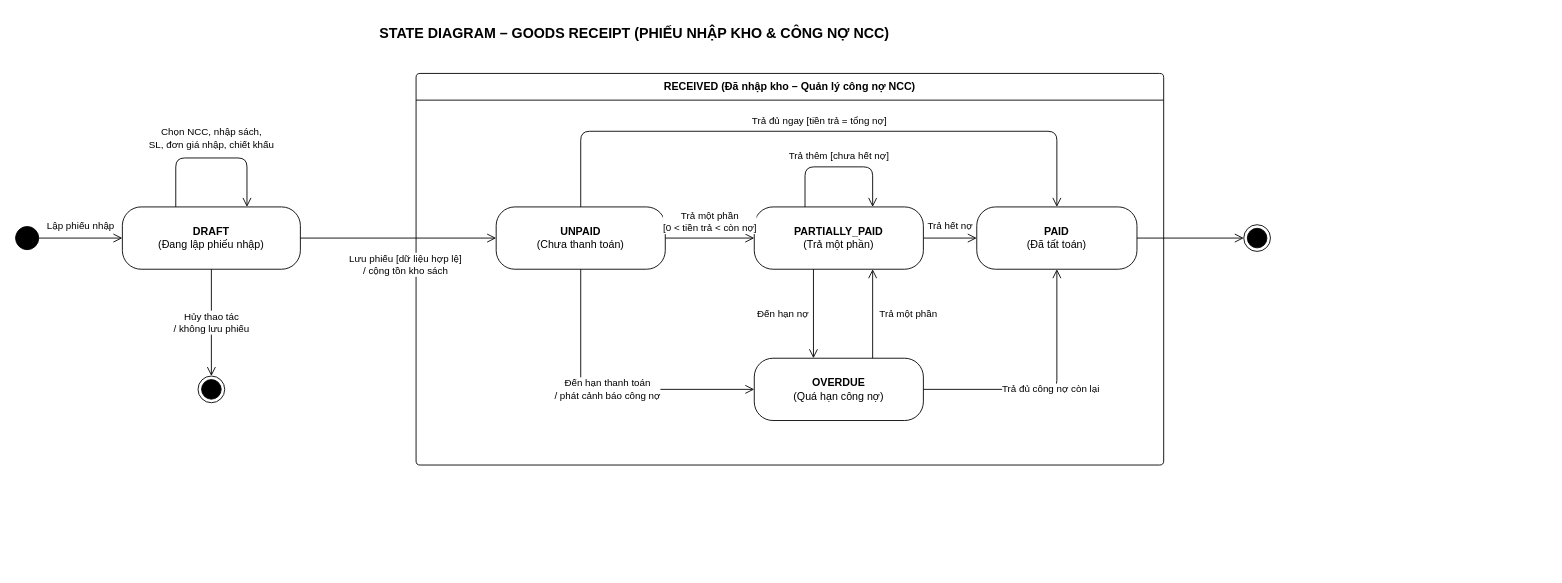
The draw.io diagram docs/diagrams/State diagram/state-goods-receipt.drawio in chihai9-dev/quan-ly-nha-sach-ooad, before the edit. Source tidied: cells renumbered, new cells numbered last; positions are measured from the earlier drawing's top-left corner, leaving out a move shared by most shapes. Both pictures are drawn from the tidied source at 89%, with x=0, y=0 at pixel (15, 20).
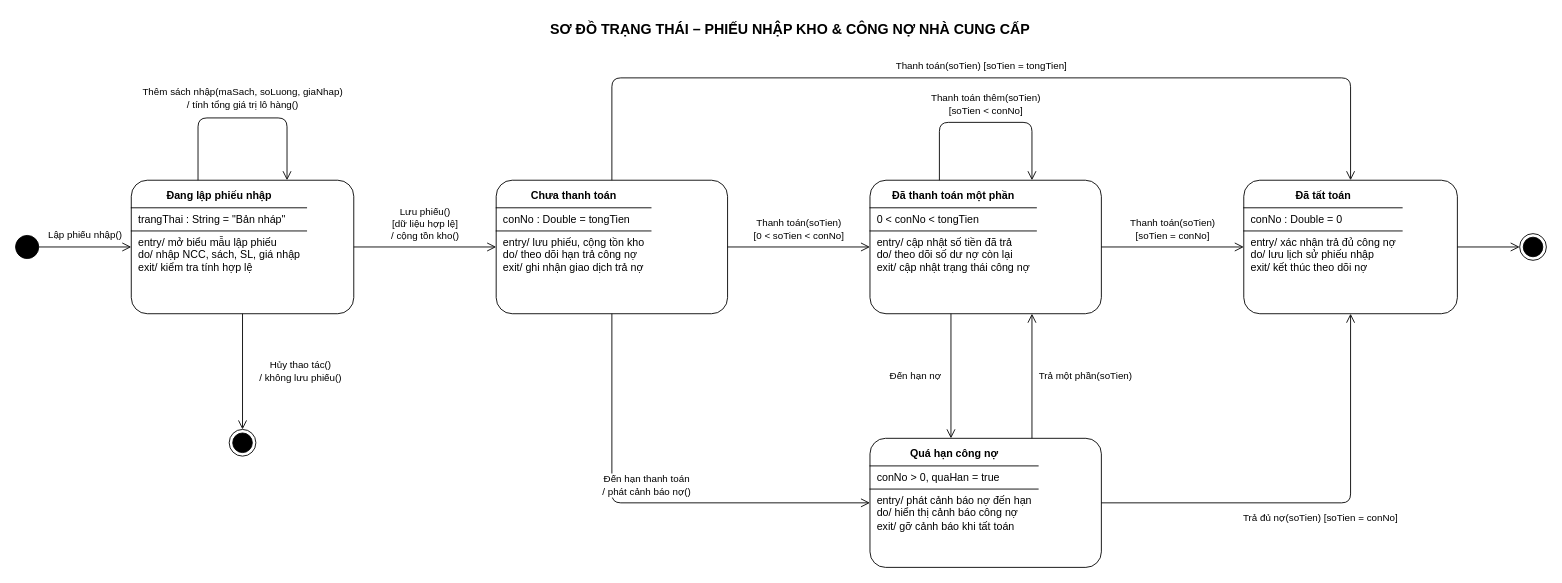
The same diagram, later.

What changed in the source:
```diff
@@
-    <mxCell id="2" value="&lt;b&gt;STATE DIAGRAM – GOODS RECEIPT (PHIẾU NHẬP KHO &amp;amp; CÔNG NỢ NCC)&lt;/b&gt;" style="text;html=1;align=center;verticalAlign=middle;fontSize=16;" parent="1" vertex="1">
-      <mxGeometry x="320" width="750" height="30" as="geometry" />
+    <mxCell id="2" value="&lt;b&gt;SƠ ĐỒ TRẠNG THÁI – PHIẾU NHẬP KHO &amp; CÔNG NỢ NHÀ CUNG CẤP&lt;/b&gt;" style="text;html=1;align=center;verticalAlign=middle;fontSize=16;" parent="1" vertex="1">
+      <mxGeometry x="420" y="-5" width="900" height="30" as="geometry" />
     </mxCell>
     <mxCell id="3" style="ellipse;html=1;fillColor=#000000;strokeColor=#000000;" parent="1" vertex="1">
-      <mxGeometry y="232" width="26" height="26" as="geometry" />
+      <mxGeometry y="242" width="26" height="26" as="geometry" />
     </mxCell>
-    <mxCell id="4" value="&lt;b&gt;DRAFT&lt;/b&gt;&lt;br&gt;(Đang lập phiếu nhập)" style="rounded=1;whiteSpace=wrap;html=1;arcSize=30;fillColor=#ffffff;strokeColor=#000000;" parent="1" vertex="1">
-      <mxGeometry x="120" y="210" width="200" height="70" as="geometry" />
+    <mxCell id="4" value="&lt;p style=&quot;margin:0;padding:6px 8px;text-align:center;&quot;&gt;&lt;b&gt;Đang lập phiếu nhập&lt;/b&gt;&lt;/p&gt;&lt;hr style=&quot;border:0;border-top:1px solid #000000;margin:0;&quot;/&gt;&lt;p style=&quot;margin:0;padding:5px 8px;&quot;&gt;trangThai : String = &quot;Bản nháp&quot;&lt;/p&gt;&lt;hr style=&quot;border:0;border-top:1px solid #000000;margin:0;&quot;/&gt;&lt;p style=&quot;margin:0;padding:5px 8px;&quot;&gt;entry/ mở biểu mẫu lập phiếu&lt;br/&gt;do/ nhập NCC, sách, SL, giá nhập&lt;br/&gt;exit/ kiểm tra tính hợp lệ&lt;/p&gt;" style="rounded=1;whiteSpace=wrap;html=1;arcSize=12;fillColor=#ffffff;strokeColor=#000000;align=left;verticalAlign=top;spacing=0;fontSize=12;" parent="1" vertex="1">
+      <mxGeometry x="130" y="180" width="250" height="150" as="geometry" />
     </mxCell>
-    <mxCell id="5" style="ellipse;html=1;shape=endState;fillColor=#000000;strokeColor=#000000;" parent="1" vertex="1">
-      <mxGeometry x="205" y="400" width="30" height="30" as="geometry" />
-    </mxCell>
-    <mxCell id="6" value="RECEIVED (Đã nhập kho – Quản lý công nợ NCC)" style="swimlane;rounded=1;whiteSpace=wrap;html=1;startSize=30;arcSize=5;fillColor=#ffffff;strokeColor=#000000;fontStyle=1;" parent="1" vertex="1">
-      <mxGeometry x="450" y="60" width="840" height="440" as="geometry" />
-    </mxCell>
-    <mxCell id="7" value="&lt;b&gt;UNPAID&lt;/b&gt;&lt;br&gt;(Chưa thanh toán)" style="rounded=1;whiteSpace=wrap;html=1;arcSize=30;fillColor=#ffffff;strokeColor=#000000;" parent="6" vertex="1">
-      <mxGeometry x="90" y="150" width="190" height="70" as="geometry" />
+    <mxCell id="7" value="&lt;p style=&quot;margin:0;padding:6px 8px;text-align:center;&quot;&gt;&lt;b&gt;Chưa thanh toán&lt;/b&gt;&lt;/p&gt;&lt;hr style=&quot;border:0;border-top:1px solid #000000;margin:0;&quot;/&gt;&lt;p style=&quot;margin:0;padding:5px 8px;&quot;&gt;conNo : Double = tongTien&lt;/p&gt;&lt;hr style=&quot;border:0;border-top:1px solid #000000;margin:0;&quot;/&gt;&lt;p style=&quot;margin:0;padding:5px 8px;&quot;&gt;entry/ lưu phiếu, cộng tồn kho&lt;br/&gt;do/ theo dõi hạn trả công nợ&lt;br/&gt;exit/ ghi nhận giao dịch trả nợ&lt;/p&gt;" style="rounded=1;whiteSpace=wrap;html=1;arcSize=12;fillColor=#ffffff;strokeColor=#000000;align=left;verticalAlign=top;spacing=0;fontSize=12;" parent="1" vertex="1">
+      <mxGeometry x="540" y="180" width="260" height="150" as="geometry" />
     </mxCell>
-    <mxCell id="8" value="&lt;b&gt;PARTIALLY_PAID&lt;/b&gt;&lt;br&gt;(Trả một phần)" style="rounded=1;whiteSpace=wrap;html=1;arcSize=30;fillColor=#ffffff;strokeColor=#000000;" parent="6" vertex="1">
-      <mxGeometry x="380" y="150" width="190" height="70" as="geometry" />
+    <mxCell id="8" value="&lt;p style=&quot;margin:0;padding:6px 8px;text-align:center;&quot;&gt;&lt;b&gt;Đã thanh toán một phần&lt;/b&gt;&lt;/p&gt;&lt;hr style=&quot;border:0;border-top:1px solid #000000;margin:0;&quot;/&gt;&lt;p style=&quot;margin:0;padding:5px 8px;&quot;&gt;0 &lt; conNo &lt; tongTien&lt;/p&gt;&lt;hr style=&quot;border:0;border-top:1px solid #000000;margin:0;&quot;/&gt;&lt;p style=&quot;margin:0;padding:5px 8px;&quot;&gt;entry/ cập nhật số tiền đã trả&lt;br/&gt;do/ theo dõi số dư nợ còn lại&lt;br/&gt;exit/ cập nhật trạng thái công nợ&lt;/p&gt;" style="rounded=1;whiteSpace=wrap;html=1;arcSize=12;fillColor=#ffffff;strokeColor=#000000;align=left;verticalAlign=top;spacing=0;fontSize=12;" parent="1" vertex="1">
+      <mxGeometry x="960" y="180" width="260" height="150" as="geometry" />
     </mxCell>
-    <mxCell id="9" value="&lt;b&gt;OVERDUE&lt;/b&gt;&lt;br&gt;(Quá hạn công nợ)" style="rounded=1;whiteSpace=wrap;html=1;arcSize=30;fillColor=#ffffff;strokeColor=#000000;" parent="6" vertex="1">
-      <mxGeometry x="380" y="320" width="190" height="70" as="geometry" />
+    <mxCell id="9" value="&lt;p style=&quot;margin:0;padding:6px 8px;text-align:center;&quot;&gt;&lt;b&gt;Quá hạn công nợ&lt;/b&gt;&lt;/p&gt;&lt;hr style=&quot;border:0;border-top:1px solid #000000;margin:0;&quot;/&gt;&lt;p style=&quot;margin:0;padding:5px 8px;&quot;&gt;conNo &gt; 0, quaHan = true&lt;/p&gt;&lt;hr style=&quot;border:0;border-top:1px solid #000000;margin:0;&quot;/&gt;&lt;p style=&quot;margin:0;padding:5px 8px;&quot;&gt;entry/ phát cảnh báo nợ đến hạn&lt;br/&gt;do/ hiển thị cảnh báo công nợ&lt;br/&gt;exit/ gỡ cảnh báo khi tất toán&lt;/p&gt;" style="rounded=1;whiteSpace=wrap;html=1;arcSize=12;fillColor=#ffffff;strokeColor=#000000;align=left;verticalAlign=top;spacing=0;fontSize=12;" parent="1" vertex="1">
+      <mxGeometry x="960" y="470" width="260" height="145" as="geometry" />
     </mxCell>
-    <mxCell id="10" value="&lt;b&gt;PAID&lt;/b&gt;&lt;br&gt;(Đã tất toán)" style="rounded=1;whiteSpace=wrap;html=1;arcSize=30;fillColor=#ffffff;strokeColor=#000000;" parent="6" vertex="1">
-      <mxGeometry x="630" y="150" width="180" height="70" as="geometry" />
+    <mxCell id="10" value="&lt;p style=&quot;margin:0;padding:6px 8px;text-align:center;&quot;&gt;&lt;b&gt;Đã tất toán&lt;/b&gt;&lt;/p&gt;&lt;hr style=&quot;border:0;border-top:1px solid #000000;margin:0;&quot;/&gt;&lt;p style=&quot;margin:0;padding:5px 8px;&quot;&gt;conNo : Double = 0&lt;/p&gt;&lt;hr style=&quot;border:0;border-top:1px solid #000000;margin:0;&quot;/&gt;&lt;p style=&quot;margin:0;padding:5px 8px;&quot;&gt;entry/ xác nhận trả đủ công nợ&lt;br/&gt;do/ lưu lịch sử phiếu nhập&lt;br/&gt;exit/ kết thúc theo dõi nợ&lt;/p&gt;" style="rounded=1;whiteSpace=wrap;html=1;arcSize=12;fillColor=#ffffff;strokeColor=#000000;align=left;verticalAlign=top;spacing=0;fontSize=12;" parent="1" vertex="1">
+      <mxGeometry x="1380" y="180" width="240" height="150" as="geometry" />
     </mxCell>
+    <mxCell id="5" style="ellipse;html=1;shape=endState;fillColor=#000000;strokeColor=#000000;" parent="1" vertex="1">
+      <mxGeometry x="240" y="460" width="30" height="30" as="geometry" />
+    </mxCell>
+    <mxCell id="19" style="ellipse;html=1;shape=endState;fillColor=#000000;strokeColor=#000000;" parent="1" vertex="1">
+      <mxGeometry x="1690" y="240" width="30" height="30" as="geometry" />
+    </mxCell>
+    <mxCell id="20" value="Lập phiếu nhập()" style="edgeStyle=orthogonalEdgeStyle;rounded=1;html=1;endArrow=open;endSize=8;fontSize=11;strokeColor=#000000;labelBackgroundColor=#ffffff;" parent="1" edge="1" source="3" target="4">
+      <mxGeometry relative="1" as="geometry">
+        <mxPoint y="-14" as="offset" />
+      </mxGeometry>
+    </mxCell>
+    <mxCell id="21" value="Thêm sách nhập(maSach, soLuong, giaNhap)&lt;br/&gt;/ tính tổng giá trị lô hàng()" style="edgeStyle=orthogonalEdgeStyle;rounded=1;html=1;endArrow=open;endSize=8;fontSize=11;strokeColor=#000000;labelBackgroundColor=#ffffff;exitX=0.3;exitY=0;entryX=0.7;entryY=0;" parent="1" edge="1" source="4" target="4">
+      <mxGeometry relative="1" as="geometry">
+        <Array as="points">
+          <mxPoint x="205" y="110" />
+          <mxPoint x="305" y="110" />
+        </Array>
+        <mxPoint y="-22" as="offset" />
+      </mxGeometry>
+    </mxCell>
+    <mxCell id="22" value="Hủy thao tác()&lt;br/&gt;/ không lưu phiếu()" style="edgeStyle=orthogonalEdgeStyle;rounded=1;html=1;endArrow=open;endSize=8;fontSize=11;strokeColor=#000000;labelBackgroundColor=#ffffff;" parent="1" edge="1" source="4" target="5">
+      <mxGeometry relative="1" as="geometry">
+        <mxPoint x="65" as="offset" />
+      </mxGeometry>
+    </mxCell>
+    <mxCell id="23" value="Lưu phiếu()&lt;br/&gt;[dữ liệu hợp lệ]&lt;br/&gt;/ cộng tồn kho()" style="edgeStyle=orthogonalEdgeStyle;rounded=1;html=1;endArrow=open;endSize=8;fontSize=11;strokeColor=#000000;labelBackgroundColor=#ffffff;" parent="1" edge="1" source="4" target="7">
+      <mxGeometry relative="1" as="geometry">
+        <mxPoint y="-26" as="offset" />
+      </mxGeometry>
+    </mxCell>
-    <mxCell id="11" value="Trả một phần&lt;br&gt;[0 &amp;lt; tiền trả &amp;lt; còn nợ]" style="edgeStyle=orthogonalEdgeStyle;rounded=1;html=1;endArrow=open;endSize=8;fontSize=11;labelBackgroundColor=#ffffff;" parent="6" edge="1" source="7" target="8">
+    <mxCell id="11" value="Thanh toán(soTien)&lt;br/&gt;[0 &amp;lt; soTien &amp;lt; conNo]" style="edgeStyle=orthogonalEdgeStyle;rounded=1;html=1;endArrow=open;endSize=8;fontSize=11;strokeColor=#000000;labelBackgroundColor=#ffffff;" parent="1" edge="1" source="7" target="8">
       <mxGeometry relative="1" as="geometry">
-        <mxPoint y="-18" as="offset" />
+        <mxPoint y="-20" as="offset" />
       </mxGeometry>
     </mxCell>
-    <mxCell id="12" value="Trả đủ ngay [tiền trả = tổng nợ]" style="edgeStyle=orthogonalEdgeStyle;rounded=1;html=1;endArrow=open;endSize=8;exitX=0.5;exitY=0;exitDx=0;exitDy=0;entryX=0.5;entryY=0;entryDx=0;entryDy=0;fontSize=11;labelBackgroundColor=#ffffff;" parent="6" edge="1" source="7" target="10">
+    <mxCell id="12" value="Thanh toán(soTien) [soTien = tongTien]" style="edgeStyle=orthogonalEdgeStyle;rounded=1;html=1;endArrow=open;endSize=8;fontSize=11;strokeColor=#000000;labelBackgroundColor=#ffffff;exitX=0.5;exitY=0;entryX=0.5;entryY=0;" parent="1" edge="1" source="7" target="10">
       <mxGeometry relative="1" as="geometry">
         <Array as="points">
-          <mxPoint x="185" y="65" />
-          <mxPoint x="720" y="65" />
+          <mxPoint x="670" y="65" />
+          <mxPoint x="1500" y="65" />
         </Array>
-        <mxPoint y="-12" as="offset" />
+        <mxPoint y="-14" as="offset" />
       </mxGeometry>
     </mxCell>
-    <mxCell id="13" value="Trả thêm [chưa hết nợ]" style="edgeStyle=orthogonalEdgeStyle;rounded=1;html=1;endArrow=open;endSize=8;exitX=0.3;exitY=0;exitDx=0;exitDy=0;entryX=0.7;entryY=0;entryDx=0;entryDy=0;fontSize=11;labelBackgroundColor=#ffffff;" parent="6" edge="1" source="8" target="8">
+    <mxCell id="13" value="Thanh toán thêm(soTien)&lt;br/&gt;[soTien &amp;lt; conNo]" style="edgeStyle=orthogonalEdgeStyle;rounded=1;html=1;endArrow=open;endSize=8;fontSize=11;strokeColor=#000000;labelBackgroundColor=#ffffff;exitX=0.3;exitY=0;entryX=0.7;entryY=0;" parent="1" edge="1" source="8" target="8">
       <mxGeometry relative="1" as="geometry">
         <Array as="points">
-          <mxPoint x="437" y="105" />
-          <mxPoint x="513" y="105" />
+          <mxPoint x="1038" y="115" />
+          <mxPoint x="1142" y="115" />
         </Array>
-        <mxPoint y="-12" as="offset" />
+        <mxPoint y="-20" as="offset" />
       </mxGeometry>
     </mxCell>
-    <mxCell id="14" value="Trả hết nợ" style="edgeStyle=orthogonalEdgeStyle;rounded=1;html=1;endArrow=open;endSize=8;fontSize=11;labelBackgroundColor=#ffffff;" parent="6" edge="1" source="8" target="10">
+    <mxCell id="14" value="Thanh toán(soTien)&lt;br/&gt;[soTien = conNo]" style="edgeStyle=orthogonalEdgeStyle;rounded=1;html=1;endArrow=open;endSize=8;fontSize=11;strokeColor=#000000;labelBackgroundColor=#ffffff;" parent="1" edge="1" source="8" target="10">
       <mxGeometry relative="1" as="geometry">
-        <mxPoint y="-14" as="offset" />
+        <mxPoint y="-20" as="offset" />
       </mxGeometry>
     </mxCell>
-    <mxCell id="15" value="Đến hạn thanh toán&lt;br&gt;/ phát cảnh báo công nợ" style="edgeStyle=orthogonalEdgeStyle;rounded=1;html=1;endArrow=open;endSize=8;exitX=0.5;exitY=1;exitDx=0;exitDy=0;entryX=0;entryY=0.5;entryDx=0;entryDy=0;fontSize=11;labelBackgroundColor=#ffffff;" parent="6" edge="1" source="7" target="9">
+    <mxCell id="15" value="Đến hạn thanh toán&lt;br/&gt;/ phát cảnh báo nợ()" style="edgeStyle=orthogonalEdgeStyle;rounded=1;html=1;endArrow=open;endSize=8;fontSize=11;strokeColor=#000000;labelBackgroundColor=#ffffff;exitX=0.5;exitY=1;entryX=0;entryY=0.5;" parent="1" edge="1" source="7" target="9">
       <mxGeometry relative="1" as="geometry">
         <Array as="points">
-          <mxPoint x="185" y="355" />
+          <mxPoint x="670" y="542" />
         </Array>
+        <mxPoint y="-20" as="offset" />
       </mxGeometry>
     </mxCell>
-    <mxCell id="16" value="Đến hạn nợ" style="edgeStyle=orthogonalEdgeStyle;rounded=1;html=1;endArrow=open;endSize=8;exitX=0.35;exitY=1;exitDx=0;exitDy=0;entryX=0.35;entryY=0;entryDx=0;entryDy=0;fontSize=11;labelBackgroundColor=#ffffff;" parent="6" edge="1" source="8" target="9">
+    <mxCell id="16" value="Đến hạn nợ" style="edgeStyle=orthogonalEdgeStyle;rounded=1;html=1;endArrow=open;endSize=8;fontSize=11;strokeColor=#000000;labelBackgroundColor=#ffffff;exitX=0.35;exitY=1;entryX=0.35;entryY=0;" parent="1" edge="1" source="8" target="9">
       <mxGeometry relative="1" as="geometry">
-        <mxPoint x="-35" as="offset" />
+        <mxPoint x="-40" as="offset" />
       </mxGeometry>
     </mxCell>
-    <mxCell id="17" value="Trả một phần" style="edgeStyle=orthogonalEdgeStyle;rounded=1;html=1;endArrow=open;endSize=8;exitX=0.7;exitY=0;exitDx=0;exitDy=0;entryX=0.7;entryY=1;entryDx=0;entryDy=0;fontSize=11;labelBackgroundColor=#ffffff;" parent="6" edge="1" source="9" target="8">
+    <mxCell id="17" value="Trả một phần(soTien)" style="edgeStyle=orthogonalEdgeStyle;rounded=1;html=1;endArrow=open;endSize=8;fontSize=11;strokeColor=#000000;labelBackgroundColor=#ffffff;exitX=0.7;exitY=0;entryX=0.7;entryY=1;" parent="1" edge="1" source="9" target="8">
       <mxGeometry relative="1" as="geometry">
-        <mxPoint x="40" as="offset" />
+        <mxPoint x="60" as="offset" />
       </mxGeometry>
     </mxCell>
-    <mxCell id="18" value="Trả đủ công nợ còn lại" style="edgeStyle=orthogonalEdgeStyle;rounded=1;html=1;endArrow=open;endSize=8;exitX=1;exitY=0.5;exitDx=0;exitDy=0;entryX=0.5;entryY=1;entryDx=0;entryDy=0;fontSize=11;labelBackgroundColor=#ffffff;" parent="6" edge="1" source="9" target="10">
+    <mxCell id="18" value="Trả đủ nợ(soTien) [soTien = conNo]" style="edgeStyle=orthogonalEdgeStyle;rounded=1;html=1;endArrow=open;endSize=8;fontSize=11;strokeColor=#000000;labelBackgroundColor=#ffffff;exitX=1;exitY=0.5;entryX=0.5;entryY=1;" parent="1" edge="1" source="9" target="10">
       <mxGeometry relative="1" as="geometry">
         <Array as="points">
-          <mxPoint x="720" y="355" />
+          <mxPoint x="1500" y="542" />
         </Array>
+        <mxPoint y="16" as="offset" />
       </mxGeometry>
     </mxCell>
-    <mxCell id="19" style="ellipse;html=1;shape=endState;fillColor=#000000;strokeColor=#000000;" parent="1" vertex="1">
-      <mxGeometry x="1380" y="230" width="30" height="30" as="geometry" />
-    </mxCell>
-    <mxCell id="20" value="Lập phiếu nhập" style="edgeStyle=orthogonalEdgeStyle;rounded=1;html=1;endArrow=open;endSize=8;fontSize=11;labelBackgroundColor=#ffffff;" parent="1" edge="1" source="3" target="4">
-      <mxGeometry relative="1" as="geometry">
-        <mxPoint y="-14" as="offset" />
-      </mxGeometry>
-    </mxCell>
-    <mxCell id="21" value="Chọn NCC, nhập sách,&lt;br&gt;SL, đơn giá nhập, chiết khấu" style="edgeStyle=orthogonalEdgeStyle;rounded=1;html=1;endArrow=open;endSize=8;exitX=0.3;exitY=0;exitDx=0;exitDy=0;entryX=0.7;entryY=0;entryDx=0;entryDy=0;fontSize=11;labelBackgroundColor=#ffffff;" parent="1" edge="1" source="4" target="4">
-      <mxGeometry relative="1" as="geometry">
-        <Array as="points">
-          <mxPoint x="180" y="155" />
-          <mxPoint x="260" y="155" />
-        </Array>
-        <mxPoint y="-22" as="offset" />
-      </mxGeometry>
-    </mxCell>
-    <mxCell id="22" value="Hủy thao tác&lt;br&gt;/ không lưu phiếu" style="edgeStyle=orthogonalEdgeStyle;rounded=1;html=1;endArrow=open;endSize=8;fontSize=11;labelBackgroundColor=#ffffff;" parent="1" edge="1" source="4" target="5">
-      <mxGeometry relative="1" as="geometry" />
-    </mxCell>
-    <mxCell id="23" value="Lưu phiếu [dữ liệu hợp lệ]&lt;br&gt;/ cộng tồn kho sách" style="edgeStyle=orthogonalEdgeStyle;rounded=1;html=1;endArrow=open;endSize=8;fontSize=11;labelBackgroundColor=#ffffff;" parent="1" edge="1" source="4" target="7">
-      <mxGeometry x="0.21" y="-34" relative="1" as="geometry">
-        <mxPoint x="-15" y="-4" as="offset" />
-      </mxGeometry>
-    </mxCell>
-    <mxCell id="24" style="edgeStyle=orthogonalEdgeStyle;rounded=1;html=1;endArrow=open;endSize=8;" parent="1" edge="1" source="10" target="19">
+    <mxCell id="24" style="edgeStyle=orthogonalEdgeStyle;rounded=1;html=1;endArrow=open;endSize=8;fontSize=11;strokeColor=#000000;labelBackgroundColor=#ffffff;" parent="1" edge="1" source="10" target="19">
       <mxGeometry relative="1" as="geometry" />
     </mxCell>
```
